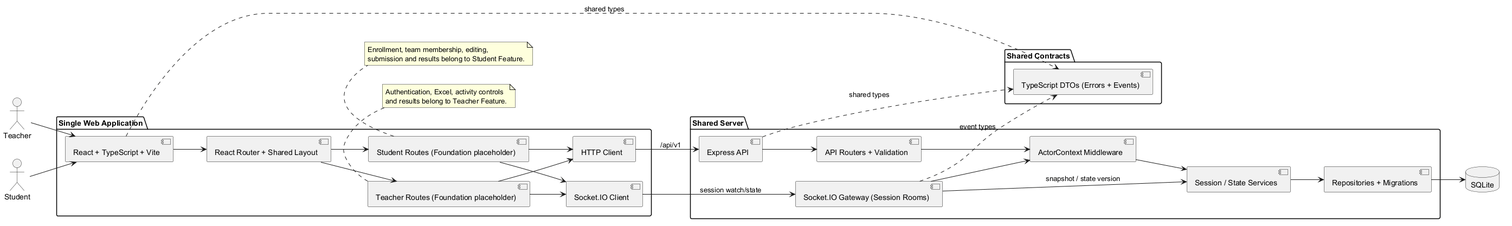
yuyu-lcoavte/quiz-system keeps this PlantUML diagram as diagrams/foundation-component.png. Above is the earlier version.
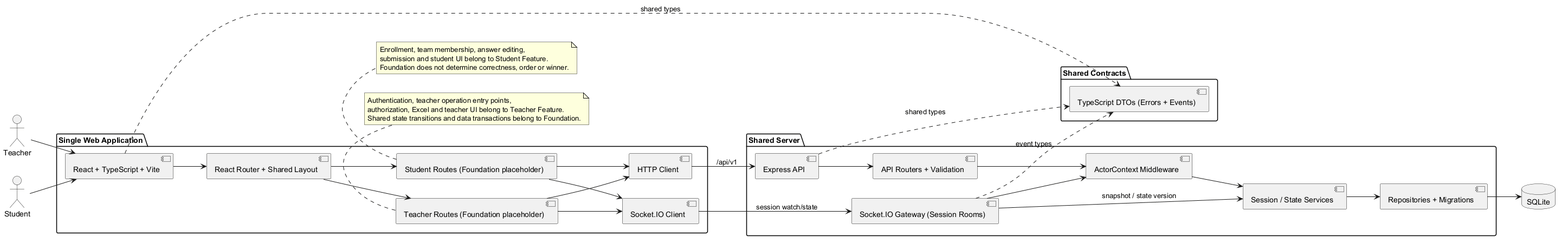
The same diagram one commit later.

Change to the diagram source:
```diff
@@ -44,11 +44,13 @@
 Express ..> Contracts : shared types
 Gateway ..> Contracts : event types
 note bottom of TeacherUI
-Authentication, Excel, activity controls
-and results belong to Teacher Feature.
+Authentication, teacher operation entry points,
+authorization, Excel and teacher UI belong to Teacher Feature.
+Shared state transitions and data transactions belong to Foundation.
 end note
 note bottom of StudentUI
-Enrollment, team membership, editing,
-submission and results belong to Student Feature.
+Enrollment, team membership, answer editing,
+submission and student UI belong to Student Feature.
+Foundation does not determine correctness, order or winner.
 end note
 @enduml
```
